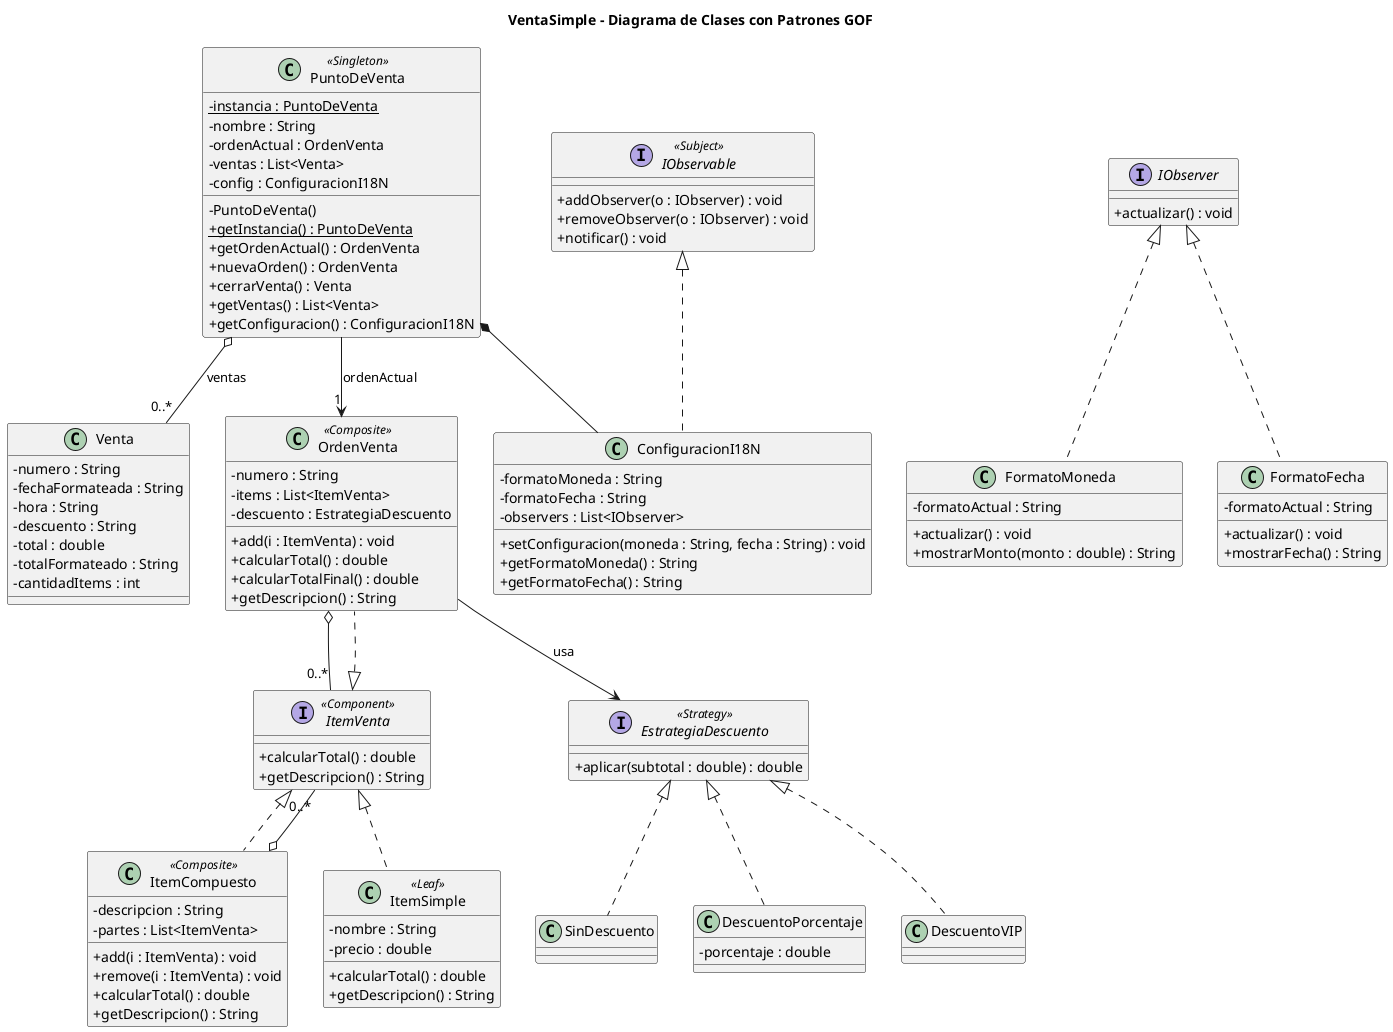
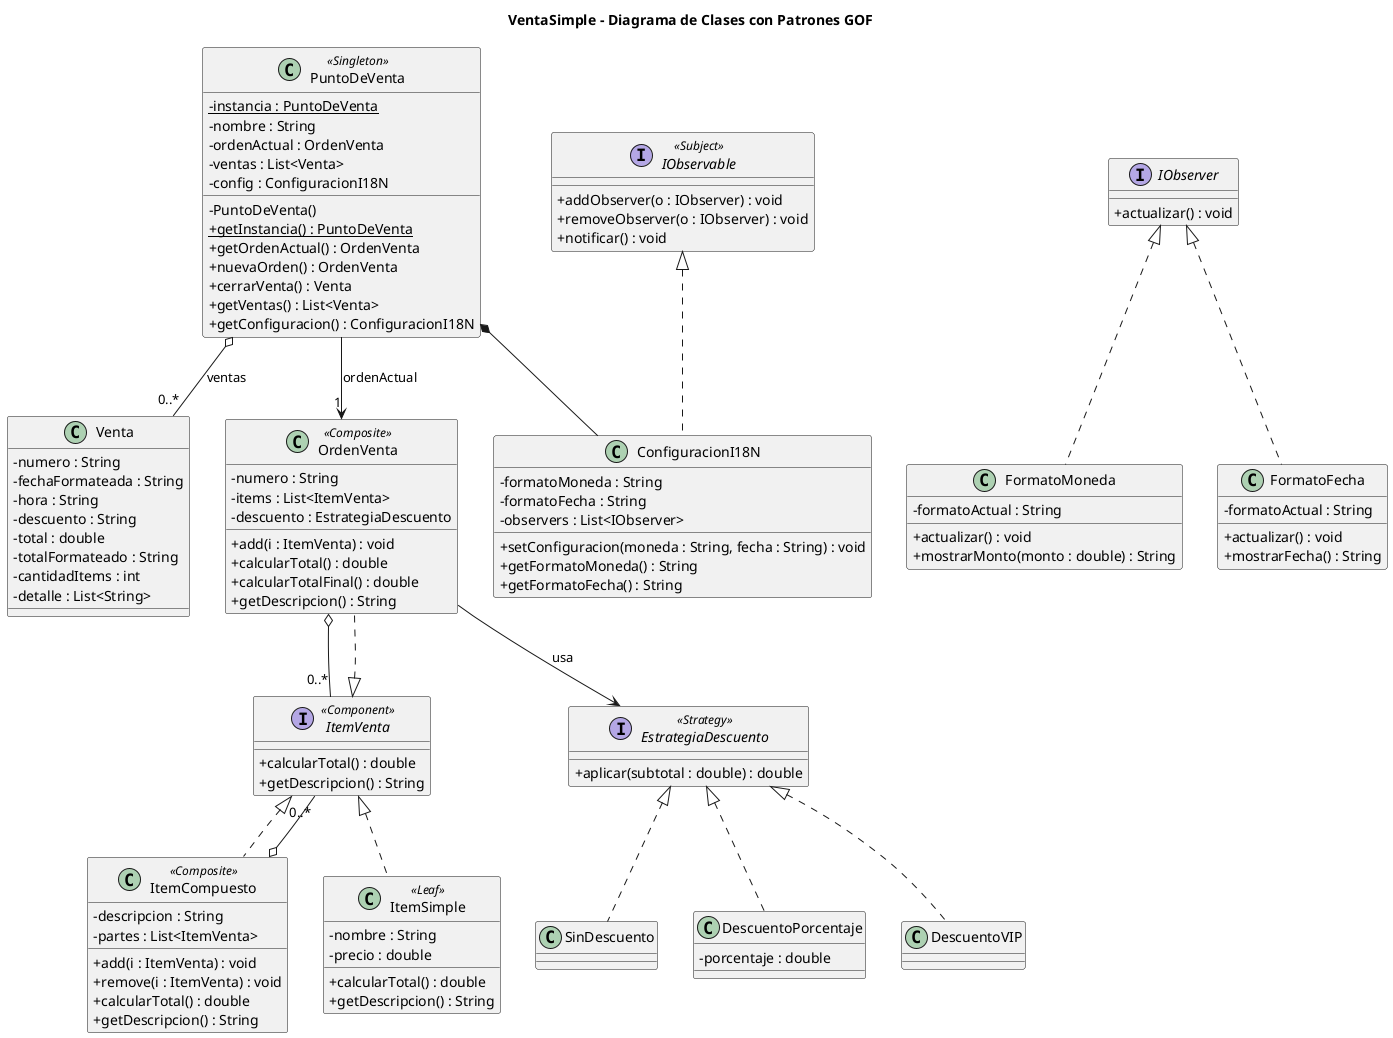
@startuml VentaSimple-Clases
title VentaSimple - Diagrama de Clases con Patrones GOF
skinparam classAttributeIconSize 0

' ===================== SINGLETON =====================
class PuntoDeVenta <<Singleton>> {
  - {static} instancia : PuntoDeVenta
  - nombre : String
  - ordenActual : OrdenVenta
  - ventas : List<Venta>
  - config : ConfiguracionI18N
  - PuntoDeVenta()
  + {static} getInstancia() : PuntoDeVenta
  + getOrdenActual() : OrdenVenta
  + nuevaOrden() : OrdenVenta
  + cerrarVenta() : Venta
  + getVentas() : List<Venta>
  + getConfiguracion() : ConfiguracionI18N
}

class Venta {
  - numero : String
  - fechaFormateada : String
  - hora : String
  - descuento : String
  - total : double
  - totalFormateado : String
  - cantidadItems : int
+   - detalle : List<String>
}

' ===================== COMPOSITE =====================
interface ItemVenta <<Component>> {
  + calcularTotal() : double
  + getDescripcion() : String
}
class OrdenVenta <<Composite>> {
  - numero : String
  - items : List<ItemVenta>
  - descuento : EstrategiaDescuento
  + add(i : ItemVenta) : void
  + calcularTotal() : double
  + calcularTotalFinal() : double
  + getDescripcion() : String
}
class ItemCompuesto <<Composite>> {
  - descripcion : String
  - partes : List<ItemVenta>
  + add(i : ItemVenta) : void
  + remove(i : ItemVenta) : void
  + calcularTotal() : double
  + getDescripcion() : String
}
class ItemSimple <<Leaf>> {
  - nombre : String
  - precio : double
  + calcularTotal() : double
  + getDescripcion() : String
}
ItemVenta <|.. OrdenVenta
ItemVenta <|.. ItemCompuesto
ItemVenta <|.. ItemSimple
OrdenVenta o-- "0..*" ItemVenta
ItemCompuesto o-- "0..*" ItemVenta

' ===================== STRATEGY =====================
interface EstrategiaDescuento <<Strategy>> {
  + aplicar(subtotal : double) : double
}
class SinDescuento
class DescuentoPorcentaje {
  - porcentaje : double
}
class DescuentoVIP
EstrategiaDescuento <|.. SinDescuento
EstrategiaDescuento <|.. DescuentoPorcentaje
EstrategiaDescuento <|.. DescuentoVIP
OrdenVenta --> EstrategiaDescuento : usa

' ===================== OBSERVER =====================
interface IObservable <<Subject>> {
  + addObserver(o : IObserver) : void
  + removeObserver(o : IObserver) : void
  + notificar() : void
}
interface IObserver {
  + actualizar() : void
}
class ConfiguracionI18N {
  - formatoMoneda : String
  - formatoFecha : String
  - observers : List<IObserver>
  + setConfiguracion(moneda : String, fecha : String) : void
  + getFormatoMoneda() : String
  + getFormatoFecha() : String
}
class FormatoMoneda {
  - formatoActual : String
  + actualizar() : void
  + mostrarMonto(monto : double) : String
}
class FormatoFecha {
  - formatoActual : String
  + actualizar() : void
  + mostrarFecha() : String
}
IObservable <|.. ConfiguracionI18N
IObserver <|.. FormatoMoneda
IObserver <|.. FormatoFecha

' ===================== RELACIONES GLOBALES =====================
PuntoDeVenta --> "1" OrdenVenta : ordenActual
PuntoDeVenta o-- "0..*" Venta : ventas
PuntoDeVenta *-- ConfiguracionI18N
@enduml
